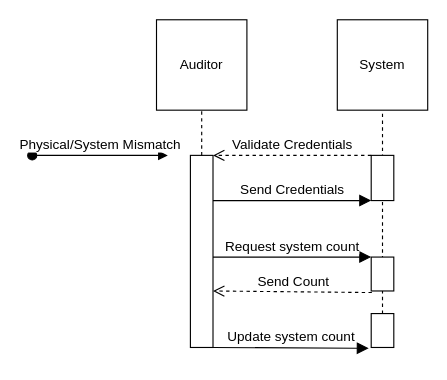
This is Untitled Diagram.drawio from ConnorGaskill/UML, a draw.io file, before an edit. Source tidied: cells renumbered, new cells numbered last; positions are measured from the earlier drawing's top-left corner, leaving out a move shared by most shapes. Both pictures are drawn from the tidied source at 113%, with x=0, y=0 at pixel (32, 19).
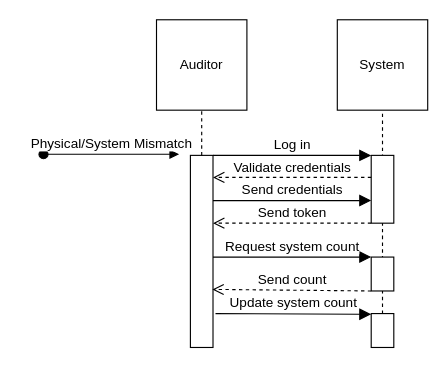
The same page after the edit.

Change to the diagram source:
```diff
@@
     <mxCell id="3" value="Physical/System Mismatch" style="html=1;verticalAlign=bottom;startArrow=oval;startFill=1;endArrow=block;startSize=8;curved=0;rounded=0;fontSize=12;" parent="1" edge="1">
       <mxGeometry relative="1" as="geometry">
-        <mxPoint y="120" as="sourcePoint" />
-        <mxPoint x="120" y="120" as="targetPoint" />
+        <mxPoint x="10" y="119" as="sourcePoint" />
+        <mxPoint x="130" y="119" as="targetPoint" />
       </mxGeometry>
     </mxCell>
@@
     <mxCell id="9" style="rounded=0;whiteSpace=wrap;html=1;" parent="1" vertex="1">
-      <mxGeometry x="300" y="120" width="20" height="40" as="geometry" />
+      <mxGeometry x="300" y="120" width="20" height="60" as="geometry" />
     </mxCell>
@@
     <mxCell id="14" value="Update system count" style="html=1;verticalAlign=bottom;endArrow=block;curved=0;rounded=0;fontSize=12;startSize=8;endSize=8;exitX=1.11;exitY=0.584;exitDx=0;exitDy=0;exitPerimeter=0;" parent="1" edge="1">
       <mxGeometry relative="1" as="geometry">
-        <mxPoint x="160" y="290" as="sourcePoint" />
-        <mxPoint x="297.8" y="290.7" as="targetPoint" />
+        <mxPoint x="162.2" y="260" as="sourcePoint" />
+        <mxPoint x="300" y="260.7" as="targetPoint" />
       </mxGeometry>
     </mxCell>
-    <mxCell id="15" value="Send Count" style="html=1;verticalAlign=bottom;endArrow=open;dashed=1;endSize=8;curved=0;rounded=0;fontSize=12;entryX=0.972;entryY=0.227;entryDx=0;entryDy=0;entryPerimeter=0;exitX=0;exitY=1;exitDx=0;exitDy=0;" parent="1" edge="1">
+    <mxCell id="15" value="Send count" style="html=1;verticalAlign=bottom;endArrow=open;dashed=1;endSize=8;curved=0;rounded=0;fontSize=12;entryX=0.972;entryY=0.227;entryDx=0;entryDy=0;entryPerimeter=0;exitX=0;exitY=1;exitDx=0;exitDy=0;" parent="1" edge="1">
       <mxGeometry relative="1" as="geometry">
-        <mxPoint x="300.6" y="241.4" as="sourcePoint" />
-        <mxPoint x="160" y="240" as="targetPoint" />
+        <mxPoint x="300" y="240" as="sourcePoint" />
+        <mxPoint x="159.4" y="238.6" as="targetPoint" />
       </mxGeometry>
     </mxCell>
-    <mxCell id="16" value="Validate Credentials" style="html=1;verticalAlign=bottom;endArrow=open;dashed=1;endSize=8;curved=0;rounded=0;fontSize=12;" parent="1" edge="1">
+    <mxCell id="16" value="Validate credentials" style="html=1;verticalAlign=bottom;endArrow=open;dashed=1;endSize=8;curved=0;rounded=0;fontSize=12;" parent="1" edge="1">
       <mxGeometry relative="1" as="geometry">
-        <mxPoint x="300" y="120" as="sourcePoint" />
-        <mxPoint x="160" y="120" as="targetPoint" />
+        <mxPoint x="300" y="139.5" as="sourcePoint" />
+        <mxPoint x="160" y="139.5" as="targetPoint" />
       </mxGeometry>
     </mxCell>
-    <mxCell id="17" value="Send Credentials" style="html=1;verticalAlign=bottom;endArrow=block;curved=0;rounded=0;fontSize=12;startSize=8;endSize=8;" parent="1" edge="1">
+    <mxCell id="17" value="Send credentials" style="html=1;verticalAlign=bottom;endArrow=block;curved=0;rounded=0;fontSize=12;startSize=8;endSize=8;" parent="1" edge="1">
       <mxGeometry relative="1" as="geometry">
         <mxPoint x="160" y="160" as="sourcePoint" />
         <mxPoint x="300" y="160" as="targetPoint" />
       </mxGeometry>
     </mxCell>
@@
+    <mxCell id="19" value="Log in" style="html=1;verticalAlign=bottom;endArrow=block;curved=0;rounded=0;fontSize=12;startSize=8;endSize=8;" parent="1" edge="1">
+      <mxGeometry relative="1" as="geometry">
+        <mxPoint x="160" y="120" as="sourcePoint" />
+        <mxPoint x="300" y="120" as="targetPoint" />
+      </mxGeometry>
+    </mxCell>
+    <mxCell id="20" value="Send token" style="html=1;verticalAlign=bottom;endArrow=open;dashed=1;endSize=8;curved=0;rounded=0;fontSize=12;" parent="1" edge="1">
+      <mxGeometry relative="1" as="geometry">
+        <mxPoint x="300" y="180" as="sourcePoint" />
+        <mxPoint x="160" y="180" as="targetPoint" />
+      </mxGeometry>
+    </mxCell>
```
